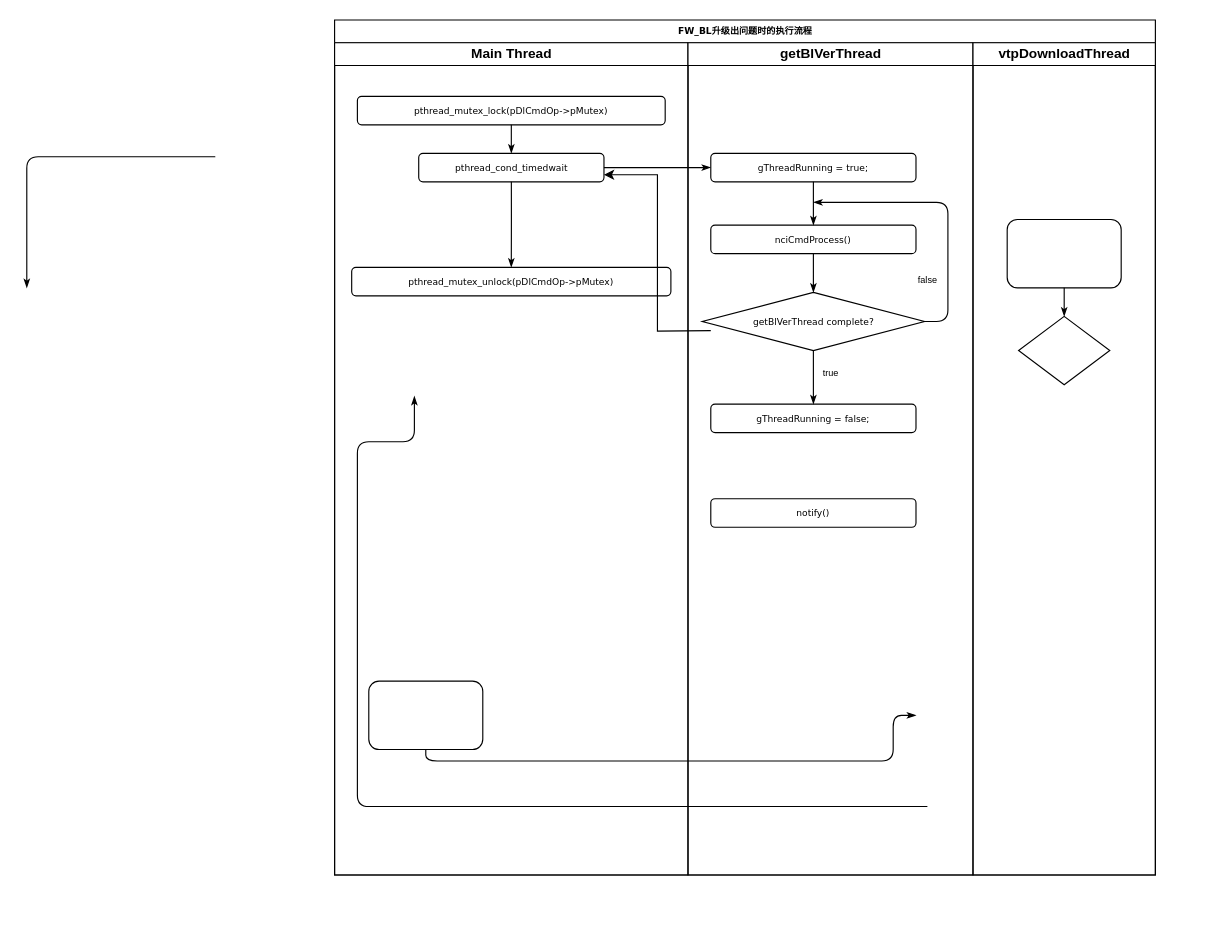
SuperSources/draw.io keeps this draw.io diagram as flow_chart/Fc-FwBlUpgrade.drawio. Above is the earlier version. Source tidied: cells renumbered, new cells numbered last; positions are measured from the earlier drawing's top-left corner, leaving out a move shared by most shapes. Both pictures are drawn from the tidied source at 114%, with x=0, y=0 at pixel (26, 19).
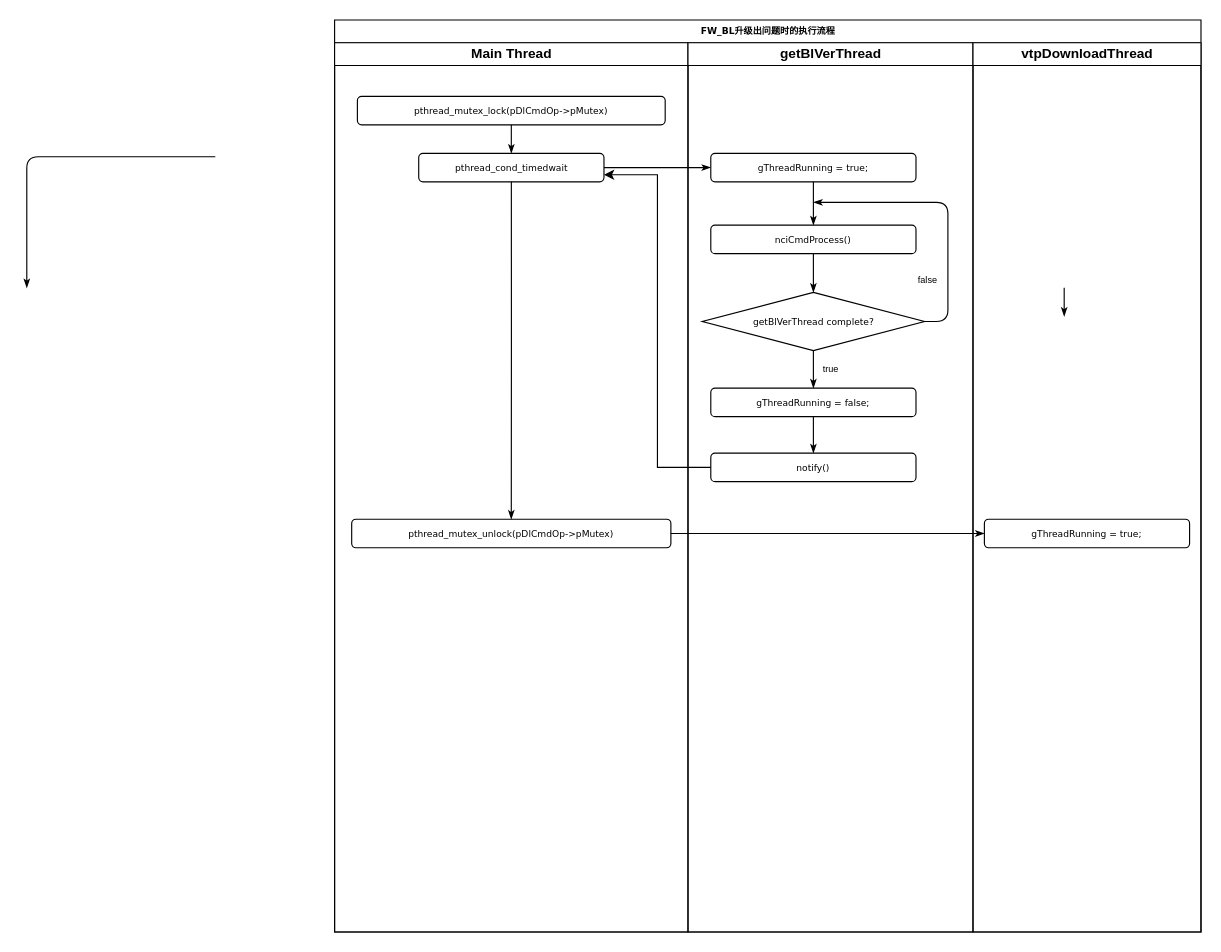
The same diagram, later.

Unchanged cells that the change refers to:
```xml
<mxCell id="4" value="pthread_cond_timedwait" style="rounded=1;whiteSpace=wrap;html=1;shadow=0;labelBackgroundColor=none;strokeWidth=1;fontFamily=Verdana;fontSize=8;align=center;" parent="3" vertex="1">
  <mxGeometry x="73.8" y="97" width="162.5" height="25" as="geometry" />
</mxCell>
```

Change to the diagram source:
```diff
@@
     <mxCell id="2" value="FW_BL升级出问题时的执行流程" style="swimlane;html=1;startSize=20;rounded=0;shadow=0;labelBackgroundColor=none;strokeWidth=1;fontFamily=Verdana;fontSize=8;align=center;" parent="1" vertex="1">
-      <mxGeometry x="270" width="720" height="750" as="geometry" />
+      <mxGeometry x="270" width="760" height="800" as="geometry" />
     </mxCell>
     <mxCell id="3" value="Main Thread" style="swimlane;html=1;startSize=20;" parent="2" vertex="1">
-      <mxGeometry y="20" width="310" height="730" as="geometry" />
+      <mxGeometry y="20" width="310" height="780" as="geometry" />
     </mxCell>
@@
-    <mxCell id="5" style="rounded=1;whiteSpace=wrap;html=1;shadow=0;labelBackgroundColor=none;strokeWidth=1;fontFamily=Verdana;fontSize=8;align=center;" parent="3" vertex="1">
-      <mxGeometry x="30" y="560" width="100" height="60" as="geometry" />
-    </mxCell>
     <mxCell id="6" value="pthread_mutex_unlock(pDlCmdOp-&amp;gt;pMutex)" style="rounded=1;whiteSpace=wrap;html=1;shadow=0;labelBackgroundColor=none;strokeWidth=1;fontFamily=Verdana;fontSize=8;align=center;" parent="3" vertex="1">
-      <mxGeometry x="15" y="197" width="280" height="25" as="geometry" />
+      <mxGeometry x="15" y="418" width="280" height="25" as="geometry" />
     </mxCell>
@@
-    <mxCell id="11" style="edgeStyle=orthogonalEdgeStyle;rounded=1;html=1;labelBackgroundColor=none;startArrow=none;startFill=0;startSize=5;endArrow=classicThin;endFill=1;endSize=5;jettySize=auto;orthogonalLoop=1;strokeWidth=1;fontFamily=Verdana;fontSize=8;" parent="2" edge="1">
-      <mxGeometry relative="1" as="geometry">
-        <mxPoint x="520" y="690" as="sourcePoint" />
-        <mxPoint x="70" y="330" as="targetPoint" />
-        <Array as="points">
-          <mxPoint x="20" y="690" />
-          <mxPoint x="20" y="370" />
-          <mxPoint x="70" y="370" />
-        </Array>
-      </mxGeometry>
-    </mxCell>
-    <mxCell id="12" style="edgeStyle=orthogonalEdgeStyle;rounded=1;html=1;labelBackgroundColor=none;startArrow=none;startFill=0;startSize=5;endArrow=classicThin;endFill=1;endSize=5;jettySize=auto;strokeWidth=1;fontFamily=Verdana;fontSize=8;" parent="2" edge="1" source="5">
-      <mxGeometry relative="1" as="geometry">
-        <mxPoint x="510" y="610" as="targetPoint" />
-        <Array as="points">
-          <mxPoint x="80" y="650" />
-          <mxPoint x="490" y="650" />
-          <mxPoint x="490" y="610" />
-        </Array>
-      </mxGeometry>
-    </mxCell>
     <mxCell id="13" value="getBlVerThread" style="swimlane;html=1;startSize=20;" parent="2" vertex="1">
-      <mxGeometry x="310" y="20" width="250" height="730" as="geometry" />
+      <mxGeometry x="310" y="20" width="250" height="780" as="geometry" />
     </mxCell>
@@
     <mxCell id="15" value="notify()" style="rounded=1;whiteSpace=wrap;html=1;shadow=0;labelBackgroundColor=none;strokeWidth=1;fontFamily=Verdana;fontSize=8;align=center;" parent="13" vertex="1">
-      <mxGeometry x="20" y="400" width="180" height="25" as="geometry" />
+      <mxGeometry x="20" y="360" width="180" height="25" as="geometry" />
     </mxCell>
@@
     <mxCell id="17" value="gThreadRunning = false;" style="rounded=1;whiteSpace=wrap;html=1;shadow=0;labelBackgroundColor=none;strokeWidth=1;fontFamily=Verdana;fontSize=8;align=center;" parent="13" vertex="1">
-      <mxGeometry x="20" y="317" width="180" height="25" as="geometry" />
+      <mxGeometry x="20" y="303" width="180" height="25" as="geometry" />
     </mxCell>
@@
     <mxCell id="19" value="true" style="text;html=1;align=center;verticalAlign=middle;fillColor=none;strokeColor=none;rounded=0;fontSize=8;" parent="13" vertex="1">
-      <mxGeometry x="105" y="275" width="40" height="30" as="geometry" />
+      <mxGeometry x="105" y="271" width="40" height="30" as="geometry" />
     </mxCell>
@@
+    <mxCell id="31" style="edgeStyle=orthogonalEdgeStyle;rounded=1;html=1;labelBackgroundColor=none;startArrow=none;startFill=0;startSize=5;endArrow=classicThin;endFill=1;endSize=5;jettySize=auto;strokeWidth=1;fontFamily=Verdana;fontSize=8;exitX=0.5;exitY=1;exitDx=0;exitDy=0;entryX=0.5;entryY=0;entryDx=0;entryDy=0;" parent="13" edge="1" source="17" target="15">
+      <mxGeometry relative="1" as="geometry" />
+    </mxCell>
     <mxCell id="24" value="vtpDownloadThread" style="swimlane;html=1;startSize=20;" parent="2" vertex="1">
-      <mxGeometry x="560" y="20" width="160" height="730" as="geometry" />
+      <mxGeometry x="560" y="20" width="200" height="780" as="geometry" />
     </mxCell>
-    <mxCell id="25" style="rounded=1;whiteSpace=wrap;html=1;shadow=0;labelBackgroundColor=none;strokeWidth=1;fontFamily=Verdana;fontSize=8;align=center;" parent="24" vertex="1">
-      <mxGeometry x="30" y="155" width="100" height="60" as="geometry" />
-    </mxCell>
-    <mxCell id="26" style="rhombus;whiteSpace=wrap;html=1;rounded=0;shadow=0;labelBackgroundColor=none;strokeWidth=1;fontFamily=Verdana;fontSize=8;align=center;" parent="24" vertex="1">
-      <mxGeometry x="40" y="240" width="80" height="60" as="geometry" />
-    </mxCell>
-    <mxCell id="27" style="edgeStyle=orthogonalEdgeStyle;rounded=1;html=1;labelBackgroundColor=none;startArrow=none;startFill=0;startSize=5;endArrow=classicThin;endFill=1;endSize=5;jettySize=auto;strokeWidth=1;fontFamily=Verdana;fontSize=8;" parent="24" edge="1" source="25" target="26">
-      <mxGeometry relative="1" as="geometry" />
+    <mxCell id="27" style="edgeStyle=orthogonalEdgeStyle;rounded=1;html=1;labelBackgroundColor=none;startArrow=none;startFill=0;startSize=5;endArrow=classicThin;endFill=1;endSize=5;jettySize=auto;orthogonalLoop=1;strokeWidth=1;fontFamily=Verdana;fontSize=8;" parent="24" edge="1">
+      <mxGeometry relative="1" as="geometry">
+        <mxPoint x="80" y="215" as="sourcePoint" />
+        <mxPoint x="80" y="240" as="targetPoint" />
+      </mxGeometry>
     </mxCell>
+    <mxCell id="32" value="gThreadRunning = true;" style="rounded=1;whiteSpace=wrap;html=1;shadow=0;labelBackgroundColor=none;strokeWidth=1;fontFamily=Verdana;fontSize=8;align=center;" parent="24" vertex="1">
+      <mxGeometry x="10" y="418" width="180" height="25" as="geometry" />
+    </mxCell>
-    <mxCell id="28" style="edgeStyle=orthogonalEdgeStyle;rounded=0;jettySize=auto;html=1;fontSize=8;entryX=1;entryY=0.75;entryDx=0;entryDy=0;exitX=0;exitY=0.5;exitDx=0;exitDy=0;" parent="2" edge="1" target="4">
-      <mxGeometry relative="1" as="geometry">
-        <mxPoint x="330" y="272.5" as="sourcePoint" />
-      </mxGeometry>
+    <mxCell id="28" style="edgeStyle=orthogonalEdgeStyle;rounded=0;jettySize=auto;html=1;fontSize=8;entryX=1;entryY=0.75;entryDx=0;entryDy=0;exitX=0;exitY=0.5;exitDx=0;exitDy=0;" parent="2" edge="1" source="15" target="4">
+      <mxGeometry relative="1" as="geometry" />
     </mxCell>
+    <mxCell id="33" style="edgeStyle=orthogonalEdgeStyle;rounded=1;html=1;labelBackgroundColor=none;startArrow=none;startFill=0;startSize=5;endArrow=classicThin;endFill=1;endSize=5;jettySize=auto;strokeWidth=1;fontFamily=Verdana;fontSize=8;entryX=0;entryY=0.5;entryDx=0;entryDy=0;exitX=1;exitY=0.5;exitDx=0;exitDy=0;" parent="2" edge="1" source="6" target="32">
+      <mxGeometry relative="1" as="geometry" />
+    </mxCell>
```
